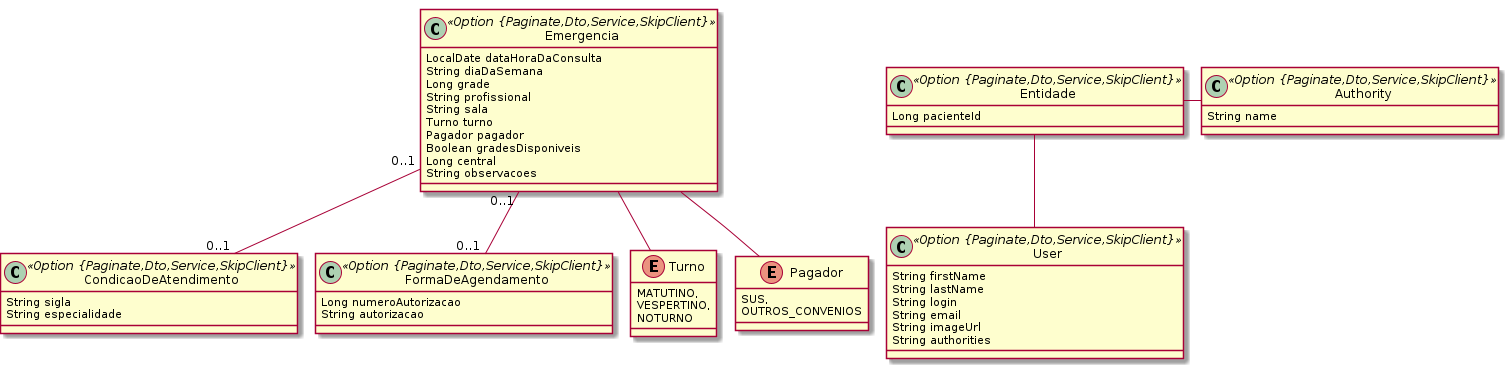
This is consulta/emergencia.png from BasisTI/madre, a PlantUML export, as it was before one commit.
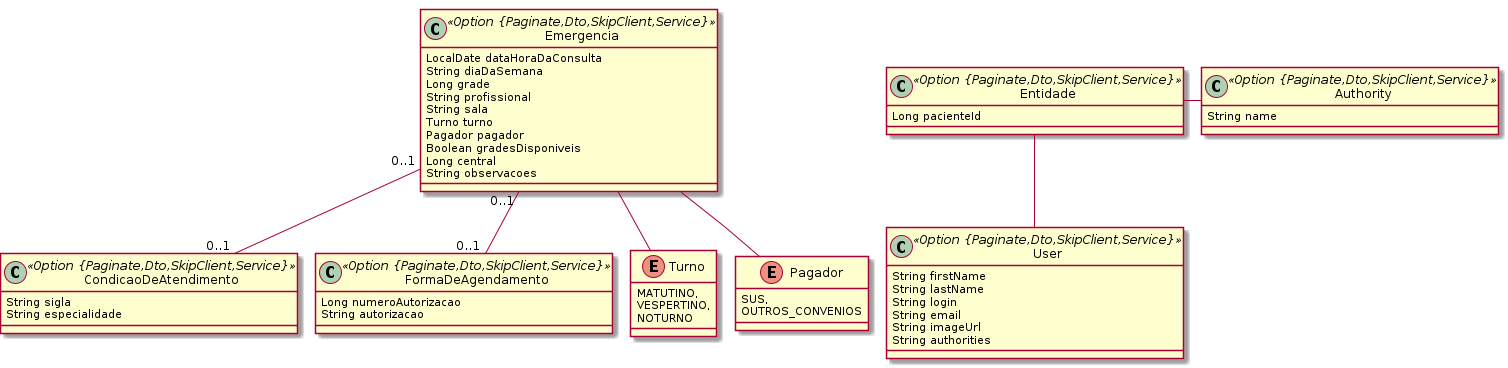
The same diagram one commit later.

The edit, as a diff of the source:
```diff
@@ -3,7 +3,7 @@
 	!pragma syntax class
 	Emergencia  "0..1 " -- "0..1 "  CondicaoDeAtendimento
 	Emergencia  "0..1 " -- "0..1 "  FormaDeAgendamento
-	class Emergencia <<Option {Paginate,Dto,Service,SkipClient}>> {
+	class Emergencia <<Option {Paginate,Dto,SkipClient,Service}>> {
 		LocalDate dataHoraDaConsulta
 		String diaDaSemana
 		Long grade
@@ -17,15 +17,15 @@
 	}
 	Emergencia ..> Turno
 	Emergencia ..> Pagador
-	class CondicaoDeAtendimento <<Option {Paginate,Dto,Service,SkipClient}>> {
+	class CondicaoDeAtendimento <<Option {Paginate,Dto,SkipClient,Service}>> {
 		String sigla
 		String especialidade
 	}
-	class FormaDeAgendamento <<Option {Paginate,Dto,Service,SkipClient}>> {
+	class FormaDeAgendamento <<Option {Paginate,Dto,SkipClient,Service}>> {
 		Long numeroAutorizacao
 		String autorizacao
 	}
-	class Entidade <<Option {Paginate,Dto,Service,SkipClient}>> {
+	class Entidade <<Option {Paginate,Dto,SkipClient,Service}>> {
 		Long pacienteId
 	}
 	enum Pagador {
@@ -37,10 +37,10 @@
 		VESPERTINO,
 		NOTURNO
 	}
-	class Authority <<Option {Paginate,Dto,Service,SkipClient}>> {
+	class Authority <<Option {Paginate,Dto,SkipClient,Service}>> {
 		String name
 	}
-	class User <<Option {Paginate,Dto,Service,SkipClient}>> {
+	class User <<Option {Paginate,Dto,SkipClient,Service}>> {
 		String firstName
 		String lastName
 		String login
```
